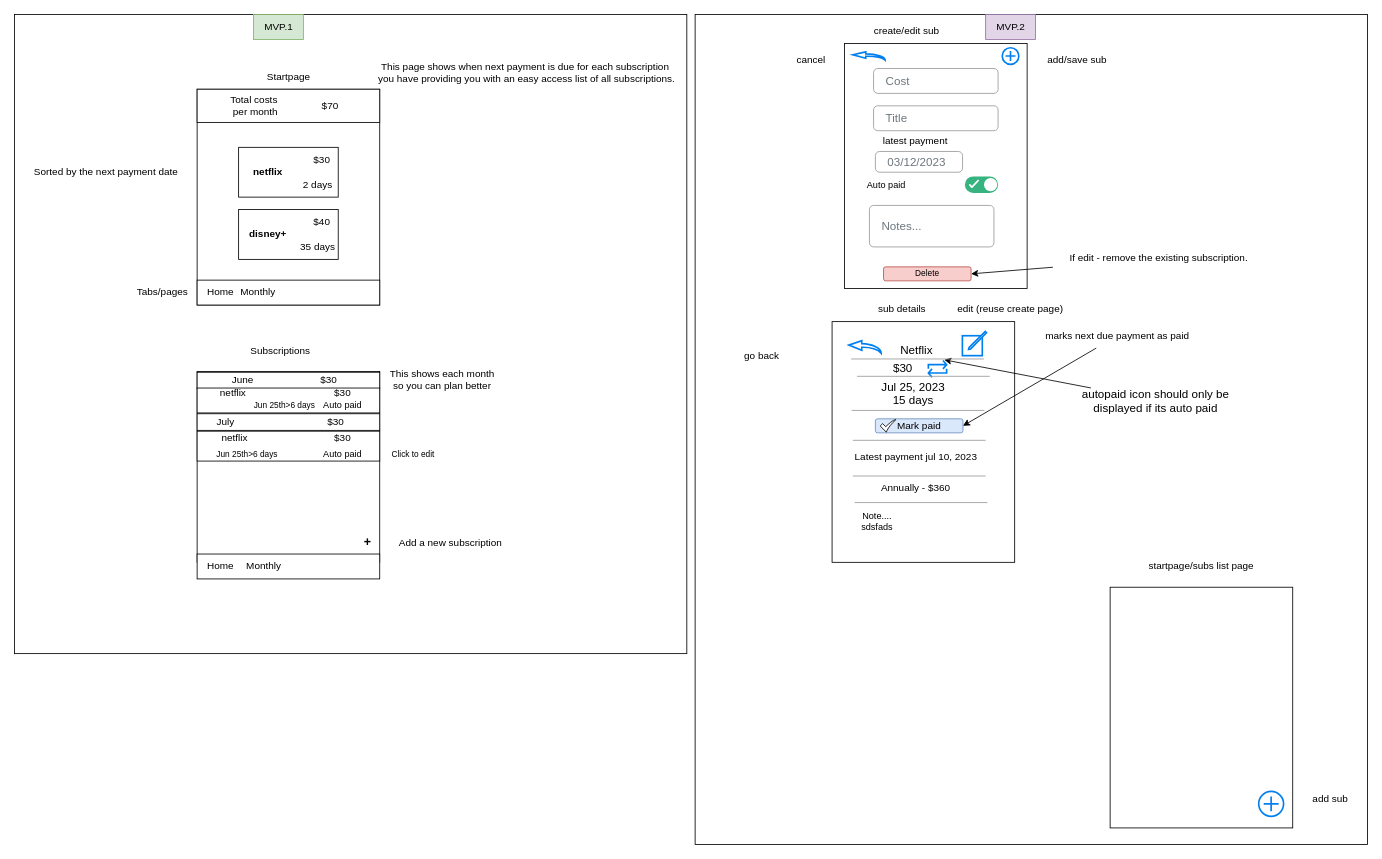
Before: page "MVP" (1 of 2) of docs/mockups.drawio in Code2Gether-Discord/subtrack, a draw.io diagram. Source tidied: cells renumbered, new cells numbered last; positions are measured from the earlier drawing's top-left corner, leaving out a move shared by most shapes. Both pictures are drawn from the tidied source at 83%, with x=0, y=0 at pixel (14, 14).
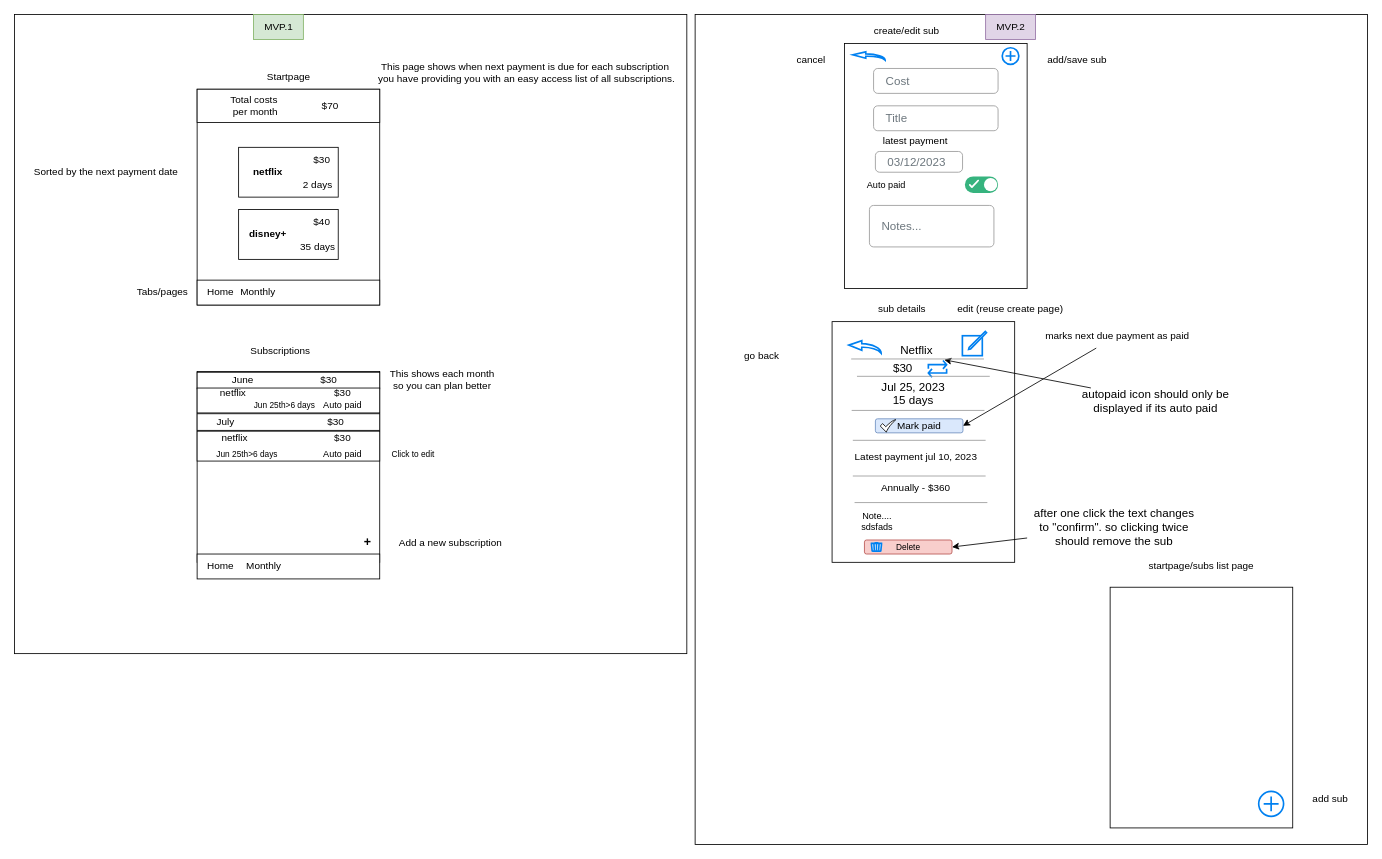
After the change.

What changed in the source:
```diff
@@
-    <mxCell id="74" value="Delete" style="rounded=1;html=1;shadow=0;dashed=0;whiteSpace=wrap;fontSize=10;fillColor=#f8cecc;align=center;strokeColor=#b85450;" parent="1" vertex="1">
-      <mxGeometry x="1047" y="304" width="105.5" height="16.9" as="geometry" />
-    </mxCell>
-    <mxCell id="75" style="edgeStyle=none;html=1;entryX=1;entryY=0.5;entryDx=0;entryDy=0;" parent="1" edge="1" source="76" target="74">
-      <mxGeometry relative="1" as="geometry" />
-    </mxCell>
-    <mxCell id="76" value="If edit - remove the existing subscription.&amp;nbsp;" style="text;html=1;strokeColor=none;fillColor=none;align=center;verticalAlign=middle;whiteSpace=wrap;rounded=0;" parent="1" vertex="1">
-      <mxGeometry x="1251" y="279" width="259" height="30" as="geometry" />
-    </mxCell>
@@
+    <mxCell id="74" value="Delete" style="rounded=1;html=1;shadow=0;dashed=0;whiteSpace=wrap;fontSize=10;fillColor=#f8cecc;align=center;strokeColor=#b85450;" parent="1" vertex="1">
+      <mxGeometry x="1024" y="633.1" width="105.5" height="16.9" as="geometry" />
+    </mxCell>
+    <mxCell id="95" style="edgeStyle=none;html=1;entryX=1;entryY=0.5;entryDx=0;entryDy=0;" parent="1" edge="1" source="96" target="74">
+      <mxGeometry relative="1" as="geometry" />
+    </mxCell>
+    <mxCell id="96" value="after one click the text changes to &quot;confirm&quot;. so clicking twice should remove the sub" style="text;html=1;strokeColor=none;fillColor=none;align=center;verticalAlign=middle;whiteSpace=wrap;rounded=0;fontSize=14;" parent="1" vertex="1">
+      <mxGeometry x="1220" y="603.1" width="210" height="30" as="geometry" />
+    </mxCell>
+    <mxCell id="97" style="html=1;verticalLabelPosition=bottom;align=center;labelBackgroundColor=#ffffff;verticalAlign=top;strokeWidth=2;strokeColor=#0080F0;shadow=0;dashed=0;shape=mxgraph.ios7.icons.trashcan;" parent="1" vertex="1">
+      <mxGeometry x="1031.5" y="636.6" width="14" height="10" as="geometry" />
+    </mxCell>
```
